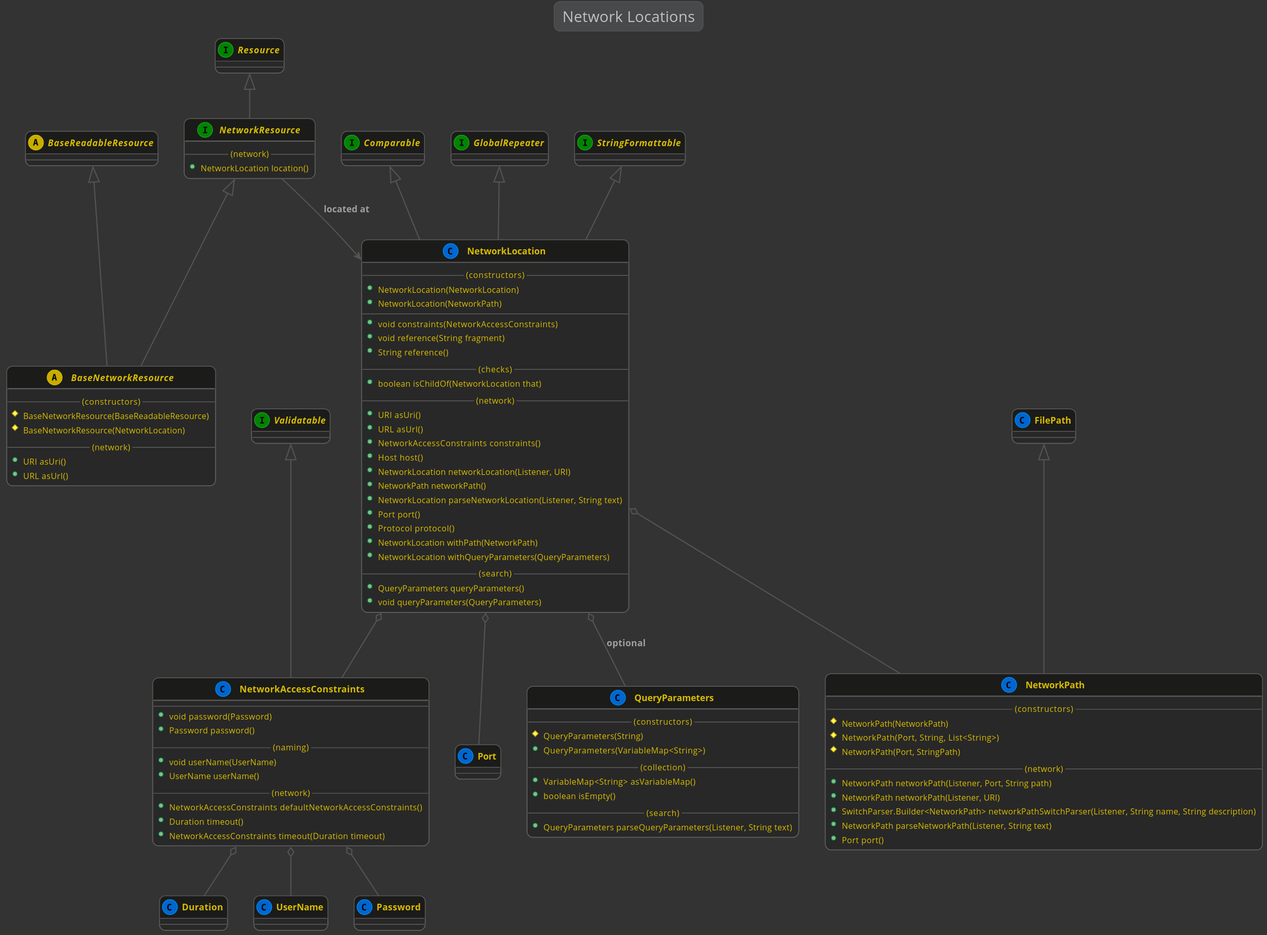
Telenav/kivakit-assets keeps this PlantUML diagram as docs/1.10.0/lexakai/kivakit-network/core/documentation/diagrams/diagram-network-location.svg. Above is the earlier version. The source it was exported from:
```plantuml
@startuml

    !include lexakai.theme

    title "Network Locations"

    abstract BaseReadableResource

    interface NetworkResource
    interface Comparable
    interface GlobalRepeater
    interface Validatable
    interface StringFormattable

    BaseReadableResource <|-- BaseNetworkResource
    NetworkResource <|-- BaseNetworkResource
    abstract class BaseNetworkResource
    {
        --(constructors)--
        #BaseNetworkResource(BaseReadableResource)
        #BaseNetworkResource(NetworkLocation)
        --(network)--
        +URI asUri()
        +URL asUrl()
    }

    Validatable <|-- NetworkAccessConstraints
    NetworkAccessConstraints o-- Duration
    NetworkAccessConstraints o-- UserName
    NetworkAccessConstraints o-- Password
    class NetworkAccessConstraints
    {
        --
        +void password(Password)
        +Password password()
        --(naming)--
        +void userName(UserName)
        +UserName userName()
        --(network)--
        +NetworkAccessConstraints defaultNetworkAccessConstraints()
        +Duration timeout()
        +NetworkAccessConstraints timeout(Duration timeout)
    }

    StringFormattable <|-- NetworkLocation
    Comparable <|-- NetworkLocation
    GlobalRepeater <|-- NetworkLocation
    NetworkLocation o-- NetworkAccessConstraints
    NetworkLocation o-- NetworkPath
    NetworkLocation o-- Port
    NetworkLocation o-- QueryParameters : "optional"
    class NetworkLocation
    {
        --(constructors)--
        +NetworkLocation(NetworkLocation)
        +NetworkLocation(NetworkPath)
        --
        +void constraints(NetworkAccessConstraints)
        +void reference(String fragment)
        +String reference()
        --(checks)--
        +boolean isChildOf(NetworkLocation that)
        --(network)--
        +URI asUri()
        +URL asUrl()
        +NetworkAccessConstraints constraints()
        +Host host()
        +NetworkLocation networkLocation(Listener, URI)
        +NetworkPath networkPath()
        +NetworkLocation parseNetworkLocation(Listener, String text)
        +Port port()
        +Protocol protocol()
        +NetworkLocation withPath(NetworkPath)
        +NetworkLocation withQueryParameters(QueryParameters)
        --(search)--
        +QueryParameters queryParameters()
        +void queryParameters(QueryParameters)
    }

    FilePath <|-- NetworkPath
    class NetworkPath
    {
        --(constructors)--
        #NetworkPath(NetworkPath)
        #NetworkPath(Port, String, List<String>)
        #NetworkPath(Port, StringPath)
        --(network)--
        +NetworkPath networkPath(Listener, Port, String path)
        +NetworkPath networkPath(Listener, URI)
        +SwitchParser.Builder<NetworkPath> networkPathSwitchParser(Listener, String name, String description)
        +NetworkPath parseNetworkPath(Listener, String text)
        +Port port()
    }

    interface Resource
    Resource <|-- NetworkResource
    NetworkResource --> NetworkLocation : "located at"
    interface NetworkResource
    {
        --(network)--
        +NetworkLocation location()
    }

    class QueryParameters
    {
        --(constructors)--
        #QueryParameters(String)
        +QueryParameters(VariableMap<String>)
        --(collection)--
        +VariableMap<String> asVariableMap()
        +boolean isEmpty()
        --(search)--
        +QueryParameters parseQueryParameters(Listener, String text)
    }

@enduml
```
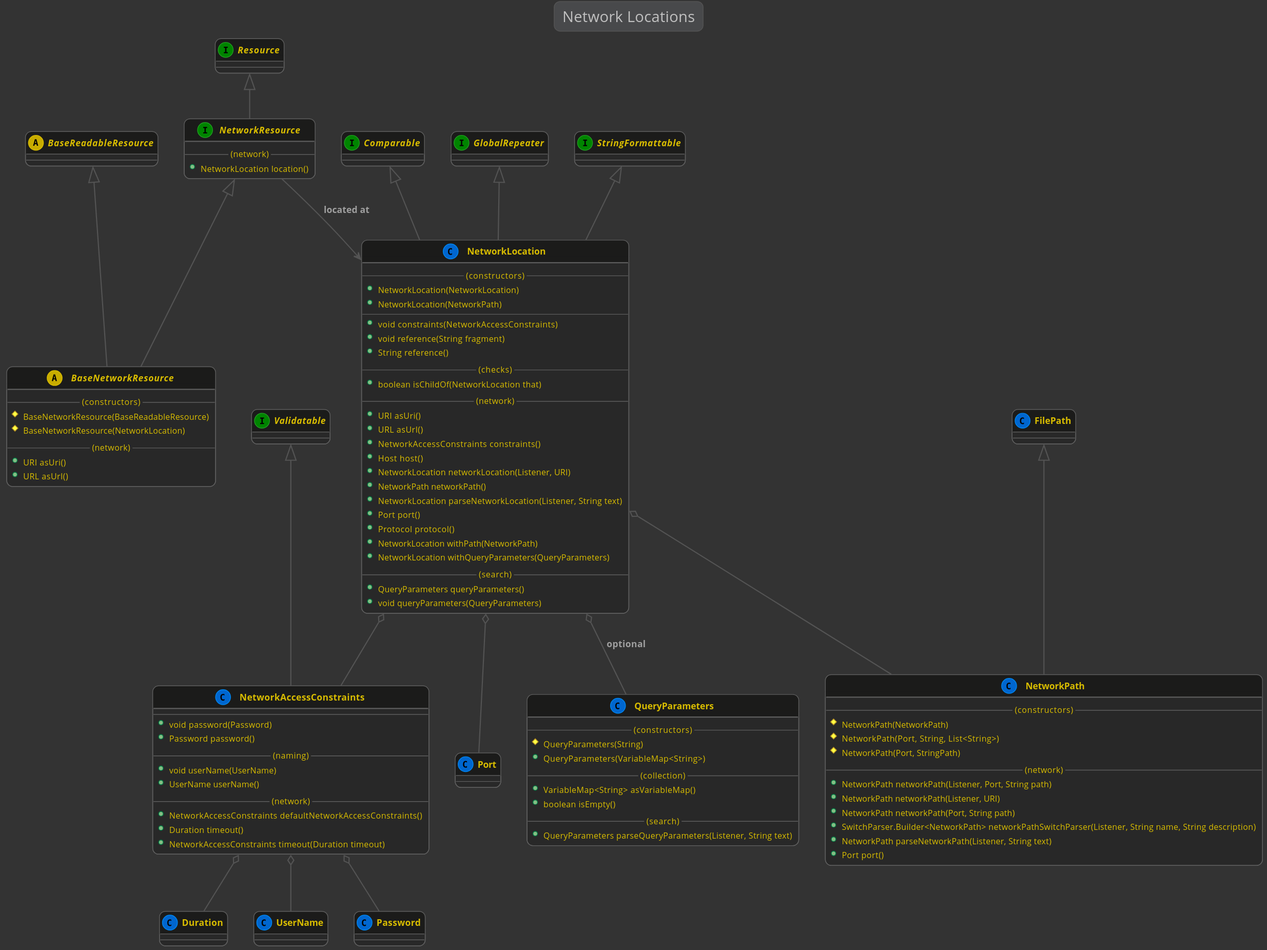
After the change.

Diff of the diagram source:
```diff
@@ -87,6 +87,7 @@
         --(network)--
         +NetworkPath networkPath(Listener, Port, String path)
         +NetworkPath networkPath(Listener, URI)
+        +NetworkPath networkPath(Port, String path)
         +SwitchParser.Builder<NetworkPath> networkPathSwitchParser(Listener, String name, String description)
         +NetworkPath parseNetworkPath(Listener, String text)
         +Port port()
```
